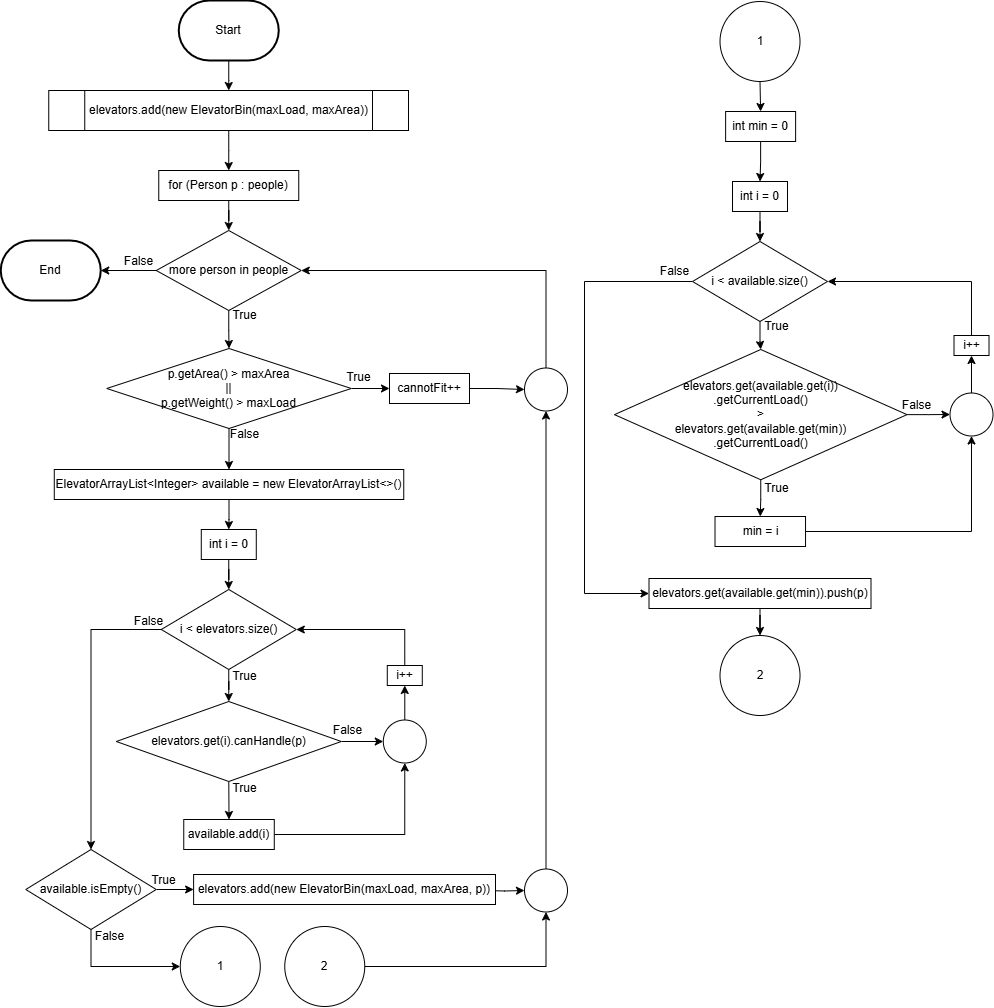
Above: flowcharts/flowcharts-bestFit().drawio.png in Violetlily6060/Algorithm (draw.io), before the change. Source tidied: cells renumbered, new cells last; positions are measured from the earlier drawing's top-left corner, leaving out a move shared by most shapes.
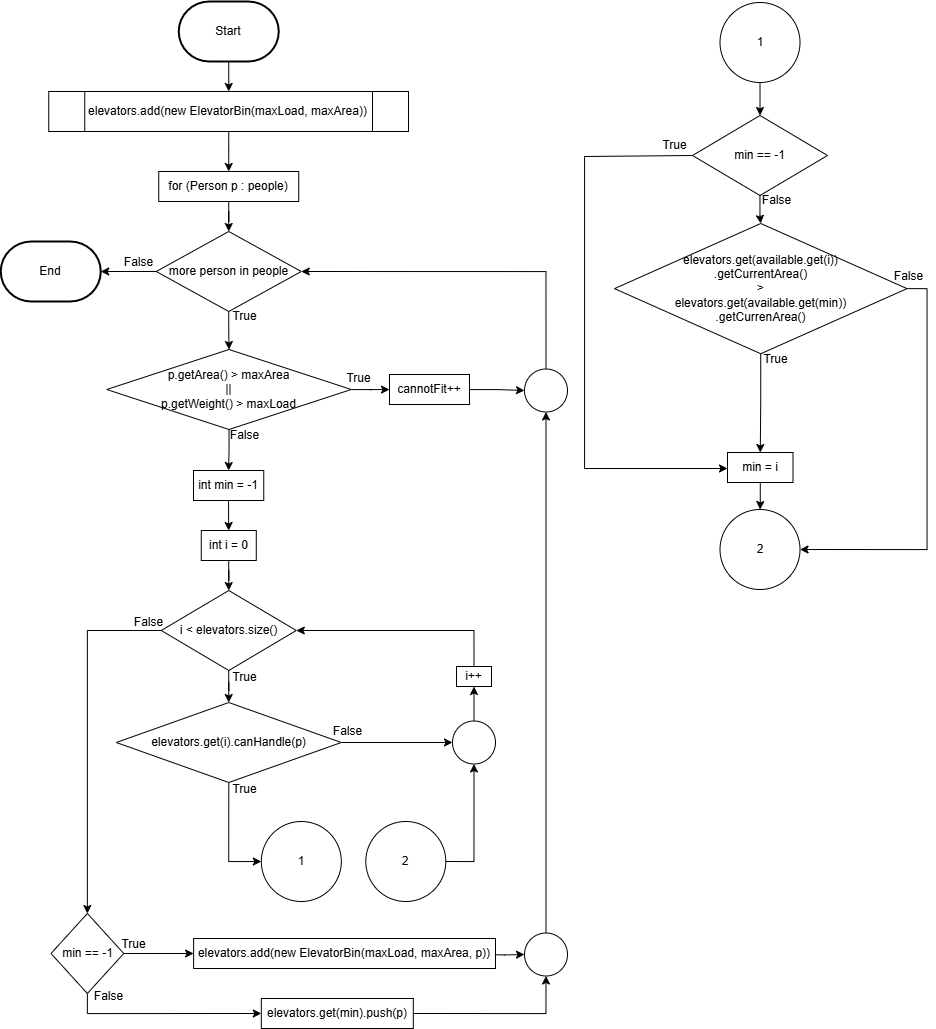
After the commit.

The edit, as a diff of the source:
```diff
@@ -44,32 +44,26 @@
     <mxCell id="15" value="i &amp;lt; elevators.size()" style="rhombus;whiteSpace=wrap;html=1;" parent="1" vertex="1">
       <mxGeometry x="160.8" y="589" width="135" height="80" as="geometry" />
     </mxCell>
-    <mxCell id="16" style="edgeStyle=orthogonalEdgeStyle;rounded=0;jettySize=auto;html=1;exitX=0.5;exitY=1;exitDx=0;exitDy=0;entryX=0.5;entryY=0;entryDx=0;entryDy=0;" parent="1" edge="1" source="18" target="20">
-      <mxGeometry relative="1" as="geometry" />
-    </mxCell>
     <mxCell id="17" style="edgeStyle=orthogonalEdgeStyle;rounded=0;jettySize=auto;html=1;exitX=1;exitY=0.5;exitDx=0;exitDy=0;" parent="1" edge="1" source="18" target="33">
       <mxGeometry relative="1" as="geometry" />
     </mxCell>
+    <mxCell id="80" style="edgeStyle=orthogonalEdgeStyle;rounded=0;jettySize=auto;html=1;exitX=0.5;exitY=1;exitDx=0;exitDy=0;entryX=0;entryY=0.5;entryDx=0;entryDy=0;" parent="1" edge="1" source="18" target="60">
+      <mxGeometry relative="1" as="geometry" />
+    </mxCell>
     <mxCell id="18" value="elevators.get(i).canHandle(p)" style="rhombus;whiteSpace=wrap;html=1;" parent="1" vertex="1">
       <mxGeometry x="115.8" y="701" width="225" height="80" as="geometry" />
     </mxCell>
-    <mxCell id="19" style="edgeStyle=orthogonalEdgeStyle;rounded=0;jettySize=auto;html=1;exitX=1;exitY=0.5;exitDx=0;exitDy=0;entryX=0.5;entryY=1;entryDx=0;entryDy=0;" parent="1" edge="1" source="20" target="33">
-      <mxGeometry relative="1" as="geometry" />
-    </mxCell>
-    <mxCell id="20" value="available.add(i)" style="rounded=0;whiteSpace=wrap;html=1;" parent="1" vertex="1">
-      <mxGeometry x="183.2" y="819" width="90.5" height="30" as="geometry" />
-    </mxCell>
     <mxCell id="21" style="edgeStyle=orthogonalEdgeStyle;rounded=0;jettySize=auto;html=1;" parent="1" edge="1" source="22" target="12">
       <mxGeometry relative="1" as="geometry" />
     </mxCell>
-    <mxCell id="22" value="ElevatorArrayList&amp;lt;Integer&amp;gt; available = new ElevatorArrayList&amp;lt;&amp;gt;()" style="rounded=0;whiteSpace=wrap;html=1;" parent="1" vertex="1">
-      <mxGeometry x="53.8" y="469" width="349.5" height="30" as="geometry" />
+    <mxCell id="22" value="int min = -1" style="rounded=0;whiteSpace=wrap;html=1;" parent="1" vertex="1">
+      <mxGeometry x="193" y="469" width="70.2" height="30" as="geometry" />
     </mxCell>
     <mxCell id="23" style="edgeStyle=orthogonalEdgeStyle;rounded=0;jettySize=auto;html=1;exitX=0.5;exitY=0;exitDx=0;exitDy=0;entryX=1;entryY=0.5;entryDx=0;entryDy=0;" parent="1" edge="1" source="24" target="15">
       <mxGeometry relative="1" as="geometry" />
     </mxCell>
     <mxCell id="24" value="i++" style="rounded=0;whiteSpace=wrap;html=1;" parent="1" vertex="1">
-      <mxGeometry x="386.8" y="665" width="35" height="20" as="geometry" />
+      <mxGeometry x="456" y="665" width="35" height="20" as="geometry" />
     </mxCell>
     <mxCell id="25" value="True" style="text;html=1;align=center;verticalAlign=middle;strokeColor=none;fillColor=none;" parent="1" vertex="1">
       <mxGeometry x="218.8" y="300" width="50" height="30" as="geometry" />
@@ -96,84 +90,54 @@
       <mxGeometry relative="1" as="geometry" />
     </mxCell>
     <mxCell id="33" style="ellipse;whiteSpace=wrap;html=1;" parent="1" vertex="1">
-      <mxGeometry x="382.8" y="719.5" width="43" height="43" as="geometry" />
+      <mxGeometry x="452" y="719.5" width="43" height="43" as="geometry" />
     </mxCell>
     <mxCell id="34" style="edgeStyle=orthogonalEdgeStyle;rounded=0;jettySize=auto;html=1;" parent="1" edge="1" source="36" target="38">
       <mxGeometry relative="1" as="geometry" />
     </mxCell>
-    <mxCell id="35" style="edgeStyle=orthogonalEdgeStyle;rounded=0;jettySize=auto;html=1;exitX=0.5;exitY=1;exitDx=0;exitDy=0;entryX=0;entryY=0.5;entryDx=0;entryDy=0;" parent="1" edge="1" source="36" target="60">
-      <mxGeometry relative="1" as="geometry" />
-    </mxCell>
+    <mxCell id="81" style="edgeStyle=orthogonalEdgeStyle;rounded=0;jettySize=auto;html=1;exitX=0.5;exitY=1;exitDx=0;exitDy=0;entryX=0;entryY=0.5;entryDx=0;entryDy=0;" parent="1" edge="1" source="36" target="87">
+      <mxGeometry relative="1" as="geometry" />
+    </mxCell>
-    <mxCell id="36" value="available.isEmpty()" style="rhombus;whiteSpace=wrap;html=1;" parent="1" vertex="1">
-      <mxGeometry x="25.2" y="849" width="130.5" height="80" as="geometry" />
+    <mxCell id="36" value="min == -1" style="rhombus;whiteSpace=wrap;html=1;" parent="1" vertex="1">
+      <mxGeometry x="50.5" y="912" width="72.8" height="80" as="geometry" />
     </mxCell>
     <mxCell id="37" style="edgeStyle=orthogonalEdgeStyle;rounded=0;jettySize=auto;html=1;" parent="1" edge="1" target="59">
       <mxGeometry relative="1" as="geometry">
-        <mxPoint x="483" y="890" as="sourcePoint" />
+        <mxPoint x="483" y="953" as="sourcePoint" />
       </mxGeometry>
     </mxCell>
     <mxCell id="38" value="elevators.add(new ElevatorBin(maxLoad, maxArea, p))" style="rounded=0;whiteSpace=wrap;html=1;" parent="1" vertex="1">
-      <mxGeometry x="193.1" y="874" width="301.9" height="30" as="geometry" />
+      <mxGeometry x="193.1" y="937" width="301.9" height="30" as="geometry" />
     </mxCell>
     <mxCell id="39" value="True" style="text;html=1;align=center;verticalAlign=middle;strokeColor=none;fillColor=none;" parent="1" vertex="1">
-      <mxGeometry x="138.2" y="865" width="50" height="30" as="geometry" />
+      <mxGeometry x="108.2" y="928" width="50" height="30" as="geometry" />
     </mxCell>
-    <mxCell id="40" style="edgeStyle=orthogonalEdgeStyle;rounded=0;jettySize=auto;html=1;exitX=0.5;exitY=1;exitDx=0;exitDy=0;entryX=0.5;entryY=0;entryDx=0;entryDy=0;" parent="1" edge="1" source="41" target="44">
-      <mxGeometry relative="1" as="geometry" />
-    </mxCell>
-    <mxCell id="41" value="int min = 0" style="rounded=0;whiteSpace=wrap;html=1;" parent="1" vertex="1">
-      <mxGeometry x="725.1" y="111" width="70" height="30" as="geometry" />
-    </mxCell>
     <mxCell id="42" value="False" style="text;html=1;align=center;verticalAlign=middle;strokeColor=none;fillColor=none;" parent="1" vertex="1">
-      <mxGeometry x="84.2" y="921" width="50" height="30" as="geometry" />
+      <mxGeometry x="83" y="980" width="50" height="30" as="geometry" />
     </mxCell>
-    <mxCell id="43" style="edgeStyle=orthogonalEdgeStyle;rounded=0;jettySize=auto;html=1;" parent="1" edge="1" source="44" target="47">
-      <mxGeometry relative="1" as="geometry" />
-    </mxCell>
-    <mxCell id="44" value="int i = 0" style="rounded=0;whiteSpace=wrap;html=1;" parent="1" vertex="1">
-      <mxGeometry x="732" y="181" width="55" height="30" as="geometry" />
-    </mxCell>
     <mxCell id="45" style="edgeStyle=orthogonalEdgeStyle;rounded=0;jettySize=auto;html=1;" parent="1" edge="1" source="47" target="50">
       <mxGeometry relative="1" as="geometry" />
     </mxCell>
     <mxCell id="46" style="edgeStyle=orthogonalEdgeStyle;rounded=0;jettySize=auto;html=1;exitX=0;exitY=0.5;exitDx=0;exitDy=0;entryX=0;entryY=0.5;entryDx=0;entryDy=0;" parent="1" edge="1" source="47" target="66">
       <mxGeometry relative="1" as="geometry">
         <Array as="points">
-          <mxPoint x="584" y="281" />
-          <mxPoint x="584" y="593" />
+          <mxPoint x="584" y="155" />
+          <mxPoint x="584" y="467" />
         </Array>
       </mxGeometry>
     </mxCell>
-    <mxCell id="47" value="i &amp;lt; available.size()" style="rhombus;whiteSpace=wrap;html=1;" parent="1" vertex="1">
-      <mxGeometry x="692" y="241" width="135" height="80" as="geometry" />
+    <mxCell id="47" value="min == -1" style="rhombus;whiteSpace=wrap;html=1;" parent="1" vertex="1">
+      <mxGeometry x="692" y="114" width="135" height="80" as="geometry" />
     </mxCell>
-    <mxCell id="48" style="edgeStyle=orthogonalEdgeStyle;rounded=0;jettySize=auto;html=1;" parent="1" edge="1" source="50" target="52">
-      <mxGeometry relative="1" as="geometry" />
-    </mxCell>
-    <mxCell id="49" style="edgeStyle=orthogonalEdgeStyle;rounded=0;jettySize=auto;html=1;" parent="1" edge="1" source="50" target="56">
-      <mxGeometry relative="1" as="geometry" />
-    </mxCell>
+    <mxCell id="82" style="edgeStyle=orthogonalEdgeStyle;rounded=0;jettySize=auto;html=1;exitX=0.5;exitY=1;exitDx=0;exitDy=0;" parent="1" edge="1" source="50" target="66">
+      <mxGeometry relative="1" as="geometry" />
+    </mxCell>
+    <mxCell id="83" style="edgeStyle=orthogonalEdgeStyle;rounded=0;jettySize=auto;html=1;exitX=1;exitY=0.5;exitDx=0;exitDy=0;entryX=1;entryY=0.5;entryDx=0;entryDy=0;" parent="1" edge="1" source="50" target="69">
+      <mxGeometry relative="1" as="geometry" />
+    </mxCell>
-    <mxCell id="50" value="elevators.get(available.get(i))&lt;div&gt;.getCurrentLoad()&lt;br&gt;&amp;gt;&lt;div&gt;elevators.get(available.get(min))&lt;/div&gt;&lt;div&gt;.getCurrentLoad()&lt;/div&gt;&lt;/div&gt;" style="rhombus;whiteSpace=wrap;html=1;" parent="1" vertex="1">
-      <mxGeometry x="614" y="349" width="292.5" height="130.2" as="geometry" />
+    <mxCell id="50" value="elevators.get(available.get(i))&lt;div&gt;.getCurrentArea()&lt;br&gt;&amp;gt;&lt;div&gt;elevators.get(available.get(min))&lt;/div&gt;&lt;div&gt;.getCurrenArea()&lt;/div&gt;&lt;/div&gt;" style="rhombus;whiteSpace=wrap;html=1;" parent="1" vertex="1">
+      <mxGeometry x="614" y="222" width="292.5" height="130.2" as="geometry" />
     </mxCell>
-    <mxCell id="51" style="edgeStyle=orthogonalEdgeStyle;rounded=0;jettySize=auto;html=1;exitX=1;exitY=0.5;exitDx=0;exitDy=0;entryX=0.5;entryY=1;entryDx=0;entryDy=0;" parent="1" edge="1" source="52" target="56">
-      <mxGeometry relative="1" as="geometry" />
-    </mxCell>
-    <mxCell id="52" value="min = i" style="rounded=0;whiteSpace=wrap;html=1;" parent="1" vertex="1">
-      <mxGeometry x="714.5" y="516" width="90.5" height="30" as="geometry" />
-    </mxCell>
-    <mxCell id="53" style="edgeStyle=orthogonalEdgeStyle;rounded=0;jettySize=auto;html=1;exitX=0.5;exitY=0;exitDx=0;exitDy=0;entryX=1;entryY=0.5;entryDx=0;entryDy=0;" parent="1" edge="1" source="54" target="47">
-      <mxGeometry relative="1" as="geometry" />
-    </mxCell>
-    <mxCell id="54" value="i++" style="rounded=0;whiteSpace=wrap;html=1;" parent="1" vertex="1">
-      <mxGeometry x="953.5" y="335" width="35" height="20" as="geometry" />
-    </mxCell>
-    <mxCell id="55" style="edgeStyle=orthogonalEdgeStyle;rounded=0;jettySize=auto;html=1;" parent="1" edge="1" source="56" target="54">
-      <mxGeometry relative="1" as="geometry" />
-    </mxCell>
-    <mxCell id="56" style="ellipse;whiteSpace=wrap;html=1;" parent="1" vertex="1">
-      <mxGeometry x="949.5" y="392.5" width="43" height="43" as="geometry" />
-    </mxCell>
     <mxCell id="57" style="edgeStyle=orthogonalEdgeStyle;rounded=0;jettySize=auto;html=1;exitX=0.5;exitY=0;exitDx=0;exitDy=0;entryX=1;entryY=0.5;entryDx=0;entryDy=0;" parent="1" edge="1" source="79" target="10">
       <mxGeometry relative="1" as="geometry" />
     </mxCell>
@@ -181,43 +145,43 @@
       <mxGeometry relative="1" as="geometry" />
     </mxCell>
     <mxCell id="59" style="ellipse;whiteSpace=wrap;html=1;" parent="1" vertex="1">
-      <mxGeometry x="524" y="868.5" width="43" height="43" as="geometry" />
+      <mxGeometry x="524" y="931.5" width="43" height="43" as="geometry" />
     </mxCell>
     <mxCell id="60" value="1" style="ellipse;whiteSpace=wrap;html=1;" parent="1" vertex="1">
-      <mxGeometry x="179.8" y="926" width="80" height="80" as="geometry" />
+      <mxGeometry x="260.8" y="820" width="80" height="80" as="geometry" />
     </mxCell>
-    <mxCell id="61" style="edgeStyle=orthogonalEdgeStyle;rounded=0;jettySize=auto;html=1;exitX=1;exitY=0.5;exitDx=0;exitDy=0;entryX=0.5;entryY=1;entryDx=0;entryDy=0;" parent="1" edge="1" source="62" target="59">
-      <mxGeometry relative="1" as="geometry" />
-    </mxCell>
+    <mxCell id="84" style="edgeStyle=orthogonalEdgeStyle;rounded=0;jettySize=auto;html=1;exitX=1;exitY=0.5;exitDx=0;exitDy=0;entryX=0.5;entryY=1;entryDx=0;entryDy=0;" parent="1" edge="1" source="62" target="33">
+      <mxGeometry relative="1" as="geometry" />
+    </mxCell>
     <mxCell id="62" value="2" style="ellipse;whiteSpace=wrap;html=1;" parent="1" vertex="1">
-      <mxGeometry x="284.2" y="926" width="80" height="80" as="geometry" />
+      <mxGeometry x="365.3" y="820" width="80" height="80" as="geometry" />
     </mxCell>
-    <mxCell id="63" style="edgeStyle=orthogonalEdgeStyle;rounded=0;jettySize=auto;html=1;exitX=0.5;exitY=1;exitDx=0;exitDy=0;entryX=0.5;entryY=0;entryDx=0;entryDy=0;" parent="1" edge="1" source="64" target="41">
-      <mxGeometry relative="1" as="geometry" />
-    </mxCell>
+    <mxCell id="85" style="edgeStyle=orthogonalEdgeStyle;rounded=0;jettySize=auto;html=1;exitX=0.5;exitY=1;exitDx=0;exitDy=0;entryX=0.5;entryY=0;entryDx=0;entryDy=0;" parent="1" edge="1" source="64" target="47">
+      <mxGeometry relative="1" as="geometry" />
+    </mxCell>
     <mxCell id="64" value="1" style="ellipse;whiteSpace=wrap;html=1;" parent="1" vertex="1">
       <mxGeometry x="719.5" y="1" width="80" height="80" as="geometry" />
     </mxCell>
     <mxCell id="65" style="edgeStyle=orthogonalEdgeStyle;rounded=0;jettySize=auto;html=1;" parent="1" edge="1" source="66" target="69">
       <mxGeometry relative="1" as="geometry" />
     </mxCell>
-    <mxCell id="66" value="elevators.get(available.get(min)).push(p)" style="rounded=0;whiteSpace=wrap;html=1;" parent="1" vertex="1">
-      <mxGeometry x="648.5" y="578" width="222" height="30" as="geometry" />
+    <mxCell id="66" value="min = i" style="rounded=0;whiteSpace=wrap;html=1;" parent="1" vertex="1">
+      <mxGeometry x="727" y="451" width="65.5" height="30" as="geometry" />
     </mxCell>
     <mxCell id="67" value="True" style="text;html=1;align=center;verticalAlign=middle;strokeColor=none;fillColor=none;" parent="1" vertex="1">
-      <mxGeometry x="751" y="473" width="50" height="30" as="geometry" />
+      <mxGeometry x="749.5" y="343" width="50" height="30" as="geometry" />
     </mxCell>
     <mxCell id="68" value="False" style="text;html=1;align=center;verticalAlign=middle;strokeColor=none;fillColor=none;" parent="1" vertex="1">
-      <mxGeometry x="891" y="390" width="50" height="30" as="geometry" />
+      <mxGeometry x="883" y="260" width="50" height="30" as="geometry" />
     </mxCell>
     <mxCell id="69" value="2" style="ellipse;whiteSpace=wrap;html=1;" parent="1" vertex="1">
-      <mxGeometry x="719.5" y="635" width="80" height="80" as="geometry" />
+      <mxGeometry x="719.5" y="508" width="80" height="80" as="geometry" />
     </mxCell>
-    <mxCell id="70" value="True" style="text;html=1;align=center;verticalAlign=middle;strokeColor=none;fillColor=none;" parent="1" vertex="1">
-      <mxGeometry x="751" y="311" width="50" height="30" as="geometry" />
+    <mxCell id="70" value="False" style="text;html=1;align=center;verticalAlign=middle;strokeColor=none;fillColor=none;" parent="1" vertex="1">
+      <mxGeometry x="751" y="184" width="50" height="30" as="geometry" />
     </mxCell>
-    <mxCell id="71" value="False" style="text;html=1;align=center;verticalAlign=middle;strokeColor=none;fillColor=none;" parent="1" vertex="1">
-      <mxGeometry x="648.5" y="256" width="50" height="30" as="geometry" />
+    <mxCell id="71" value="True" style="text;html=1;align=center;verticalAlign=middle;strokeColor=none;fillColor=none;" parent="1" vertex="1">
+      <mxGeometry x="648.5" y="129" width="50" height="30" as="geometry" />
     </mxCell>
     <mxCell id="72" style="edgeStyle=orthogonalEdgeStyle;rounded=0;jettySize=auto;html=1;" parent="1" edge="1" source="74" target="77">
       <mxGeometry relative="1" as="geometry" />
@@ -243,5 +207,11 @@
     <mxCell id="79" style="ellipse;whiteSpace=wrap;html=1;" parent="1" vertex="1">
       <mxGeometry x="524" y="367.5" width="43" height="43" as="geometry" />
     </mxCell>
+    <mxCell id="86" style="edgeStyle=orthogonalEdgeStyle;rounded=0;jettySize=auto;html=1;exitX=1;exitY=0.5;exitDx=0;exitDy=0;entryX=0.5;entryY=1;entryDx=0;entryDy=0;" parent="1" edge="1" source="87" target="59">
+      <mxGeometry relative="1" as="geometry" />
+    </mxCell>
+    <mxCell id="87" value="elevators.get(min).push(p)" style="rounded=0;whiteSpace=wrap;html=1;" parent="1" vertex="1">
+      <mxGeometry x="260.8" y="997" width="152" height="30" as="geometry" />
+    </mxCell>
   </root>
 </mxGraphModel>
```
